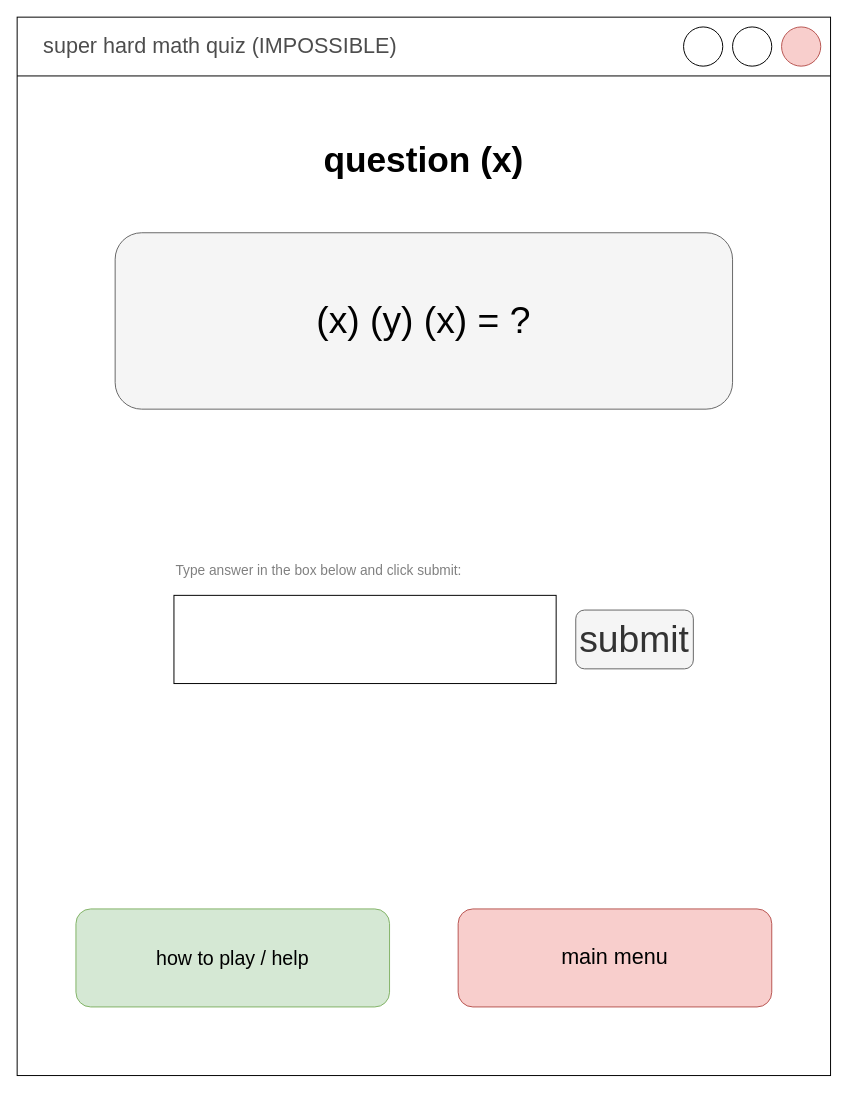
tee71639/03_Assessment_TeeAyeQuiz keeps this draw.io diagram as diagrams/03_question_box.drawio. Above is the earlier version. Source tidied: cells renumbered, new cells numbered last; positions are measured from the earlier drawing's top-left corner, leaving out a move shared by most shapes. Both pictures are drawn from the tidied source at 98%, with x=0, y=0 at pixel (17, 17).
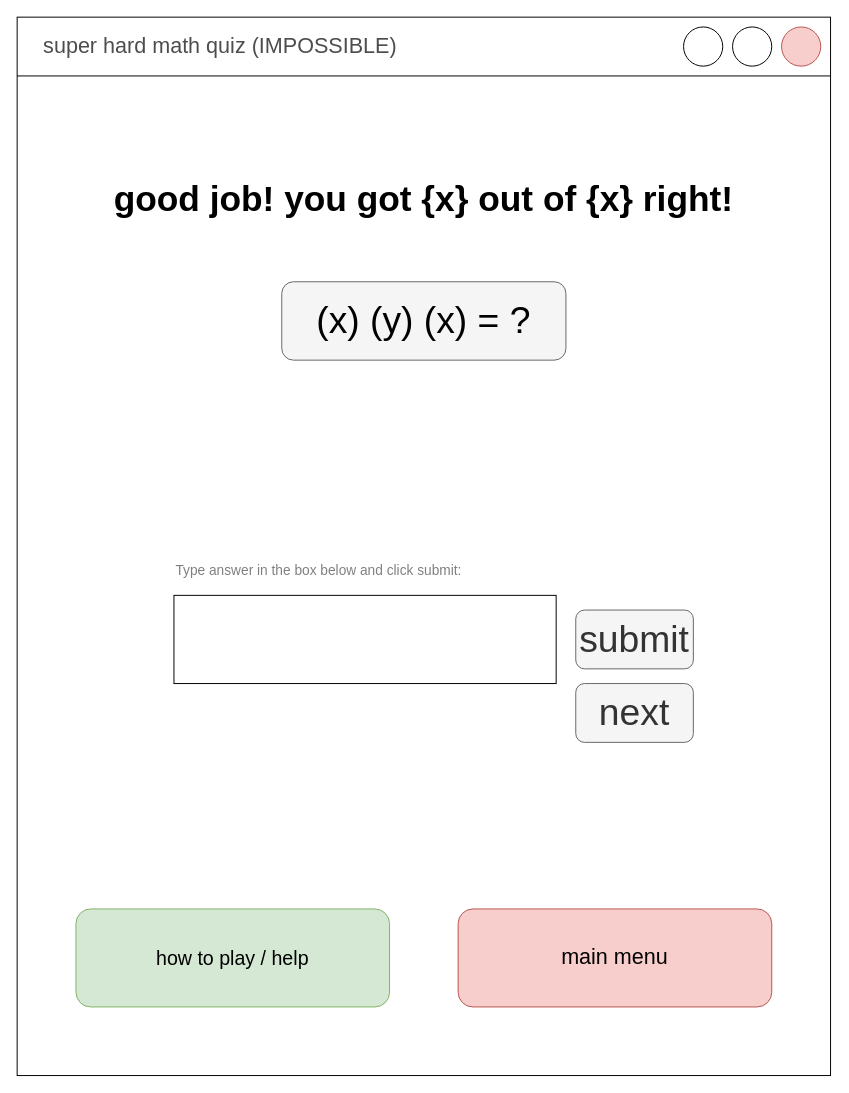
After the change.

What changed in the source:
```diff
@@
-    <mxCell id="7" value="&lt;font size=&quot;1&quot; style=&quot;&quot;&gt;&lt;b style=&quot;font-size: 36px;&quot;&gt;question (x)&lt;/b&gt;&lt;/font&gt;" style="text;html=1;strokeColor=none;fillColor=none;align=center;verticalAlign=middle;whiteSpace=wrap;rounded=0;" parent="1" vertex="1">
-      <mxGeometry x="160" y="80" width="510" height="130" as="geometry" />
+    <mxCell id="7" value="&lt;font size=&quot;1&quot; style=&quot;&quot;&gt;&lt;b style=&quot;font-size: 36px;&quot;&gt;good job! you got {x} out of {x} right!&lt;/b&gt;&lt;/font&gt;" style="text;html=1;strokeColor=none;fillColor=none;align=center;verticalAlign=middle;whiteSpace=wrap;rounded=0;" parent="1" vertex="1">
+      <mxGeometry x="75" y="120" width="680" height="130" as="geometry" />
     </mxCell>
     <mxCell id="8" style="rounded=1;whiteSpace=wrap;html=1;fontSize=36;fillColor=#f5f5f5;strokeColor=#666666;fontColor=#333333;" parent="1" vertex="1">
-      <mxGeometry x="100" y="220" width="630" height="180" as="geometry" />
+      <mxGeometry x="270" y="270" width="290" height="80" as="geometry" />
     </mxCell>
@@
+    <mxCell id="18" value="next" style="rounded=1;whiteSpace=wrap;html=1;fontSize=38;fillColor=#f5f5f5;fontColor=#333333;strokeColor=#666666;strokeWidth=1;" parent="1" vertex="1">
+      <mxGeometry x="570" y="680" width="120" height="60" as="geometry" />
+    </mxCell>
```
